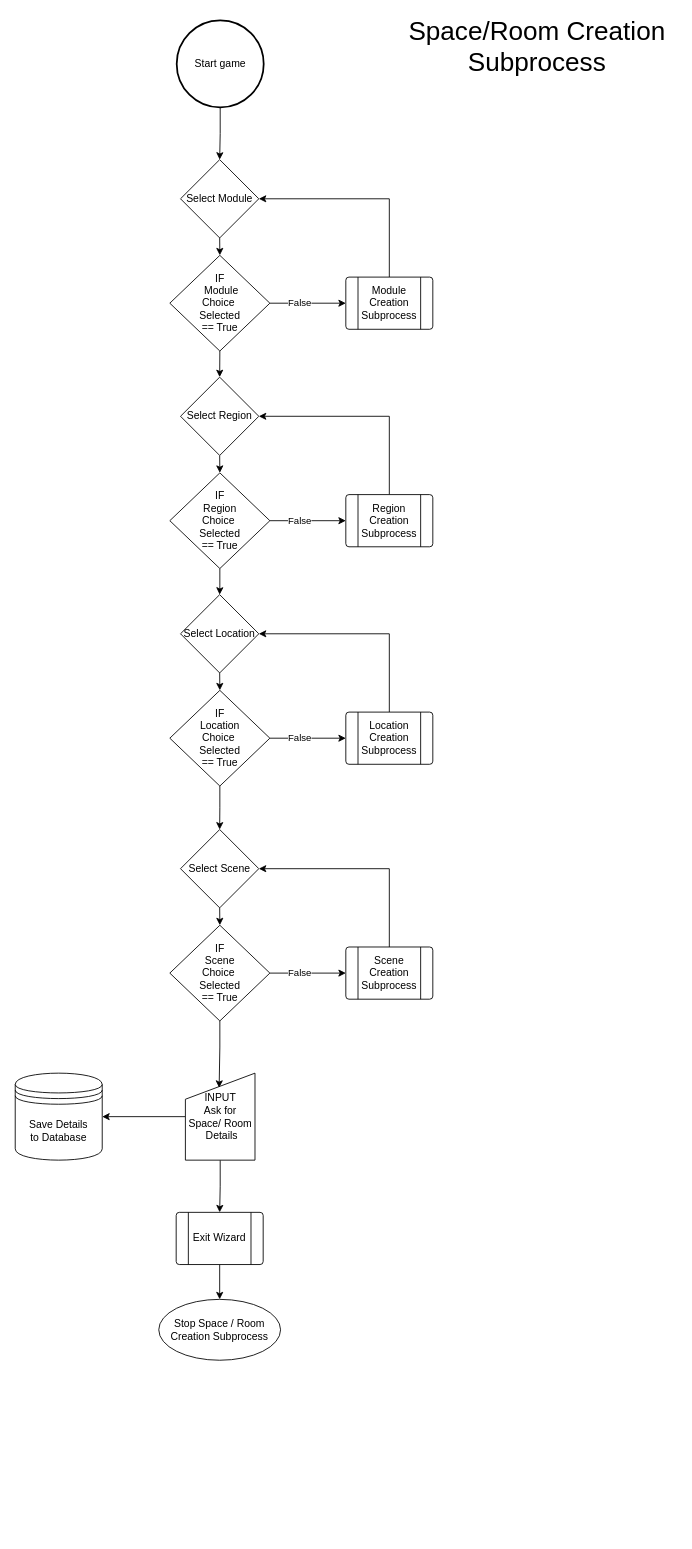
RPG-Research/bcirpg keeps this draw.io diagram as Phase2/Flowcharts/modgodToolset/ModGod/Creation/Space_Room/ModGodSpaceRoomCreation.drawio. Above is the earlier version. Source tidied: cells renumbered, new cells numbered last; positions are measured from the earlier drawing's top-left corner, leaving out a move shared by most shapes. Both pictures are drawn from the tidied source at 87%, with x=0, y=0 at pixel (15, 20).
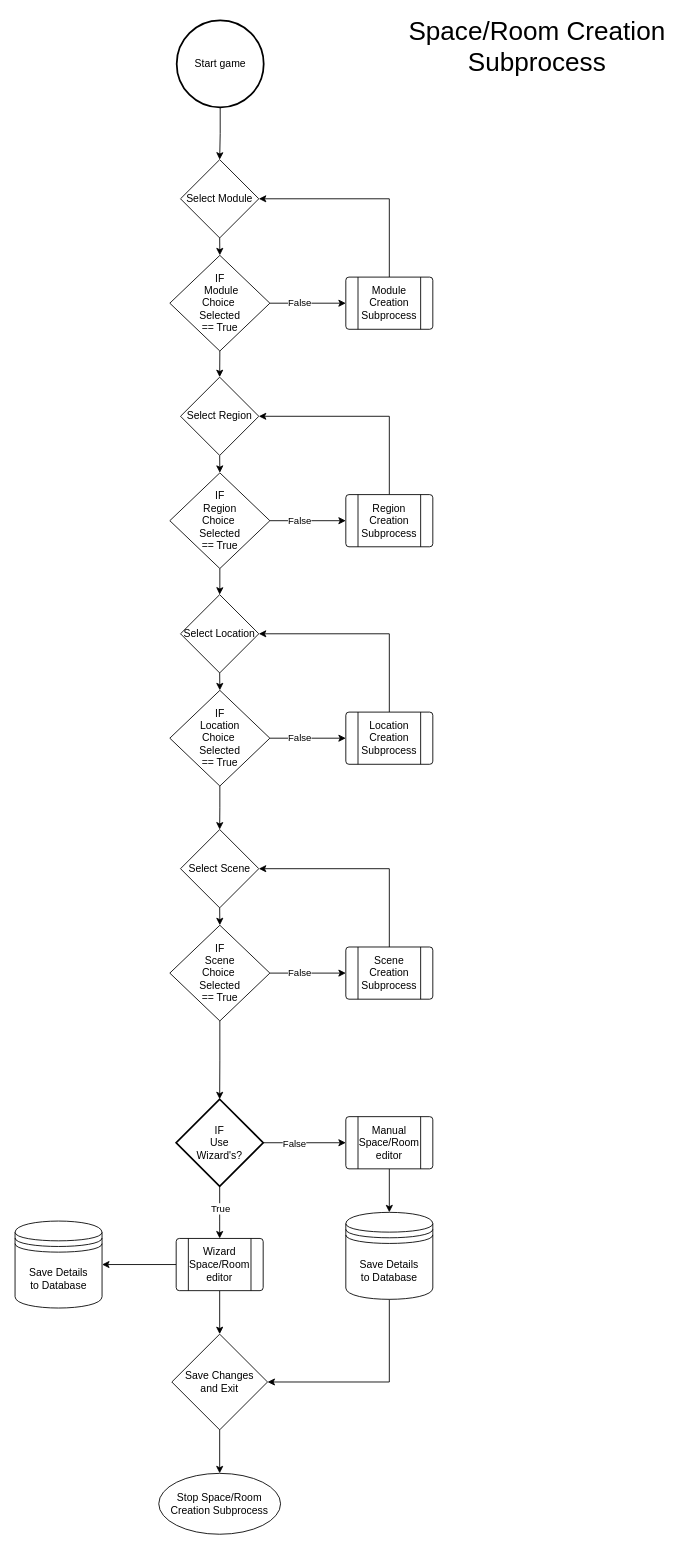
The same diagram, later.

Commit message (it also covers changes not shown here):
Flowchart Review push for Creation flowcharts

The change refers to these unchanged cells:
```xml
<mxCell id="40" value="IF&lt;br&gt;Scene&lt;br&gt;Choice&amp;nbsp;&lt;br&gt;Selected&lt;br&gt;== True" style="rhombus;whiteSpace=wrap;html=1;" parent="1" vertex="1">
  <mxGeometry x="177.7" y="1040" width="115" height="110" as="geometry" />
</mxCell>
```

The edit, as a diff of the source:
```diff
@@
-    <mxCell id="6" value="Stop Space / Room Creation Subprocess" style="ellipse;whiteSpace=wrap;html=1;rounded=0;" parent="1" vertex="1">
-      <mxGeometry x="165" y="1470" width="140" height="70" as="geometry" />
-    </mxCell>
-    <mxCell id="7" style="edgeStyle=orthogonalEdgeStyle;rounded=0;jettySize=auto;html=1;entryX=1;entryY=0.5;entryDx=0;entryDy=0;" parent="1" edge="1" source="9" target="10">
-      <mxGeometry relative="1" as="geometry" />
-    </mxCell>
-    <mxCell id="8" style="edgeStyle=orthogonalEdgeStyle;rounded=0;jettySize=auto;html=1;exitX=0.5;exitY=1;exitDx=0;exitDy=0;entryX=0.5;entryY=0;entryDx=0;entryDy=0;" parent="1" edge="1" source="9" target="18">
-      <mxGeometry relative="1" as="geometry" />
-    </mxCell>
-    <mxCell id="9" value="INPUT&lt;br&gt;Ask for&lt;br&gt;Space/ Room&lt;br&gt;&amp;nbsp;Details" style="shape=manualInput;whiteSpace=wrap;html=1;" parent="1" vertex="1">
-      <mxGeometry x="195.6" y="1210" width="80" height="100" as="geometry" />
-    </mxCell>
-    <mxCell id="10" value="Save Details&lt;br&gt;to&amp;nbsp;Database" style="shape=datastore;whiteSpace=wrap;html=1;" parent="1" vertex="1">
-      <mxGeometry y="1210" width="100" height="100" as="geometry" />
-    </mxCell>
@@
-    <mxCell id="17" style="edgeStyle=orthogonalEdgeStyle;rounded=0;jettySize=auto;html=1;exitX=0.5;exitY=1;exitDx=0;exitDy=0;" parent="1" edge="1" source="18" target="6">
-      <mxGeometry relative="1" as="geometry" />
-    </mxCell>
-    <mxCell id="18" value="Exit Wizard" style="verticalLabelPosition=middle;verticalAlign=middle;html=1;shape=process;whiteSpace=wrap;rounded=1;size=0.14;arcSize=6;labelPosition=center;align=center;" parent="1" vertex="1">
-      <mxGeometry x="185" y="1370" width="100" height="60" as="geometry" />
-    </mxCell>
@@
-    <mxCell id="39" style="edgeStyle=orthogonalEdgeStyle;rounded=0;jettySize=auto;html=1;exitX=0.5;exitY=1;exitDx=0;exitDy=0;entryX=0.485;entryY=0.168;entryDx=0;entryDy=0;entryPerimeter=0;" parent="1" edge="1" source="40" target="9">
+    <mxCell id="39" style="edgeStyle=orthogonalEdgeStyle;rounded=0;jettySize=auto;html=1;exitX=0.5;exitY=1;exitDx=0;exitDy=0;entryX=0.5;entryY=0;entryDx=0;entryDy=0;entryPerimeter=0;" parent="1" edge="1" source="40" target="53">
       <mxGeometry relative="1" as="geometry" />
     </mxCell>
@@
+    <mxCell id="44" value="Stop Space/Room Creation Subprocess" style="ellipse;whiteSpace=wrap;html=1;rounded=0;" parent="1" vertex="1">
+      <mxGeometry x="165" y="1670" width="140" height="70" as="geometry" />
+    </mxCell>
+    <mxCell id="45" value="Save Details&lt;br&gt;to&amp;nbsp;Database" style="shape=datastore;whiteSpace=wrap;html=1;" parent="1" vertex="1">
+      <mxGeometry x="-0.2" y="1380" width="100" height="100" as="geometry" />
+    </mxCell>
+    <mxCell id="46" style="edgeStyle=orthogonalEdgeStyle;rounded=0;jettySize=auto;html=1;entryX=1;entryY=0.5;entryDx=0;entryDy=0;" parent="1" edge="1" source="48" target="45">
+      <mxGeometry relative="1" as="geometry" />
+    </mxCell>
+    <mxCell id="47" style="edgeStyle=orthogonalEdgeStyle;rounded=0;jettySize=auto;html=1;" parent="1" edge="1" source="48" target="57">
+      <mxGeometry relative="1" as="geometry" />
+    </mxCell>
+    <mxCell id="48" value="Wizard&lt;br&gt;Space/Room editor" style="verticalLabelPosition=middle;verticalAlign=middle;html=1;shape=process;whiteSpace=wrap;rounded=1;size=0.14;arcSize=6;labelPosition=center;align=center;" parent="1" vertex="1">
+      <mxGeometry x="185" y="1400" width="100" height="60" as="geometry" />
+    </mxCell>
+    <mxCell id="49" style="edgeStyle=orthogonalEdgeStyle;rounded=0;jettySize=auto;html=1;exitX=0.5;exitY=1;exitDx=0;exitDy=0;exitPerimeter=0;" parent="1" edge="1" source="53" target="48">
+      <mxGeometry relative="1" as="geometry">
+        <Array as="points">
+          <mxPoint x="235" y="1380" />
+          <mxPoint x="235" y="1380" />
+        </Array>
+      </mxGeometry>
+    </mxCell>
+    <mxCell id="50" value="True" style="edgeLabel;html=1;align=center;verticalAlign=middle;" parent="49" vertex="1">
+      <mxGeometry x="-0.17" relative="1" as="geometry" />
+    </mxCell>
+    <mxCell id="51" style="edgeStyle=orthogonalEdgeStyle;rounded=0;jettySize=auto;html=1;exitX=1;exitY=0.5;exitDx=0;exitDy=0;exitPerimeter=0;entryX=0;entryY=0.5;entryDx=0;entryDy=0;" parent="1" edge="1" source="53" target="55">
+      <mxGeometry relative="1" as="geometry" />
+    </mxCell>
+    <mxCell id="52" value="False" style="edgeLabel;html=1;align=center;verticalAlign=middle;" parent="51" vertex="1">
+      <mxGeometry x="-0.27" relative="1" as="geometry" />
+    </mxCell>
+    <mxCell id="53" value="IF&lt;br&gt;Use&lt;br&gt;Wizard's?" style="strokeWidth=2;html=1;shape=mxgraph.flowchart.decision;whiteSpace=wrap;" parent="1" vertex="1">
+      <mxGeometry x="185" y="1240" width="100" height="100" as="geometry" />
+    </mxCell>
+    <mxCell id="54" style="edgeStyle=orthogonalEdgeStyle;rounded=0;jettySize=auto;html=1;exitX=0.5;exitY=1;exitDx=0;exitDy=0;entryX=0.5;entryY=0;entryDx=0;entryDy=0;" parent="1" edge="1" source="55" target="59">
+      <mxGeometry relative="1" as="geometry" />
+    </mxCell>
+    <mxCell id="55" value="Manual&lt;br&gt;Space/Room editor" style="verticalLabelPosition=middle;verticalAlign=middle;html=1;shape=process;whiteSpace=wrap;rounded=1;size=0.14;arcSize=6;labelPosition=center;align=center;" parent="1" vertex="1">
+      <mxGeometry x="380" y="1260" width="100" height="60" as="geometry" />
+    </mxCell>
+    <mxCell id="56" style="edgeStyle=orthogonalEdgeStyle;rounded=0;jettySize=auto;html=1;exitX=0.5;exitY=1;exitDx=0;exitDy=0;" parent="1" edge="1" source="57" target="44">
+      <mxGeometry relative="1" as="geometry" />
+    </mxCell>
+    <mxCell id="57" value="Save Changes &lt;br&gt;and&amp;nbsp;Exit" style="rhombus;whiteSpace=wrap;html=1;" parent="1" vertex="1">
+      <mxGeometry x="180" y="1510" width="110" height="110" as="geometry" />
+    </mxCell>
+    <mxCell id="58" style="edgeStyle=orthogonalEdgeStyle;rounded=0;jettySize=auto;html=1;entryX=1;entryY=0.5;entryDx=0;entryDy=0;" parent="1" edge="1" source="59" target="57">
+      <mxGeometry relative="1" as="geometry">
+        <Array as="points">
+          <mxPoint x="429.8" y="1565" />
+        </Array>
+      </mxGeometry>
+    </mxCell>
+    <mxCell id="59" value="Save Details&lt;br&gt;to&amp;nbsp;Database" style="shape=datastore;whiteSpace=wrap;html=1;" parent="1" vertex="1">
+      <mxGeometry x="380" y="1370" width="100" height="100" as="geometry" />
+    </mxCell>
```
